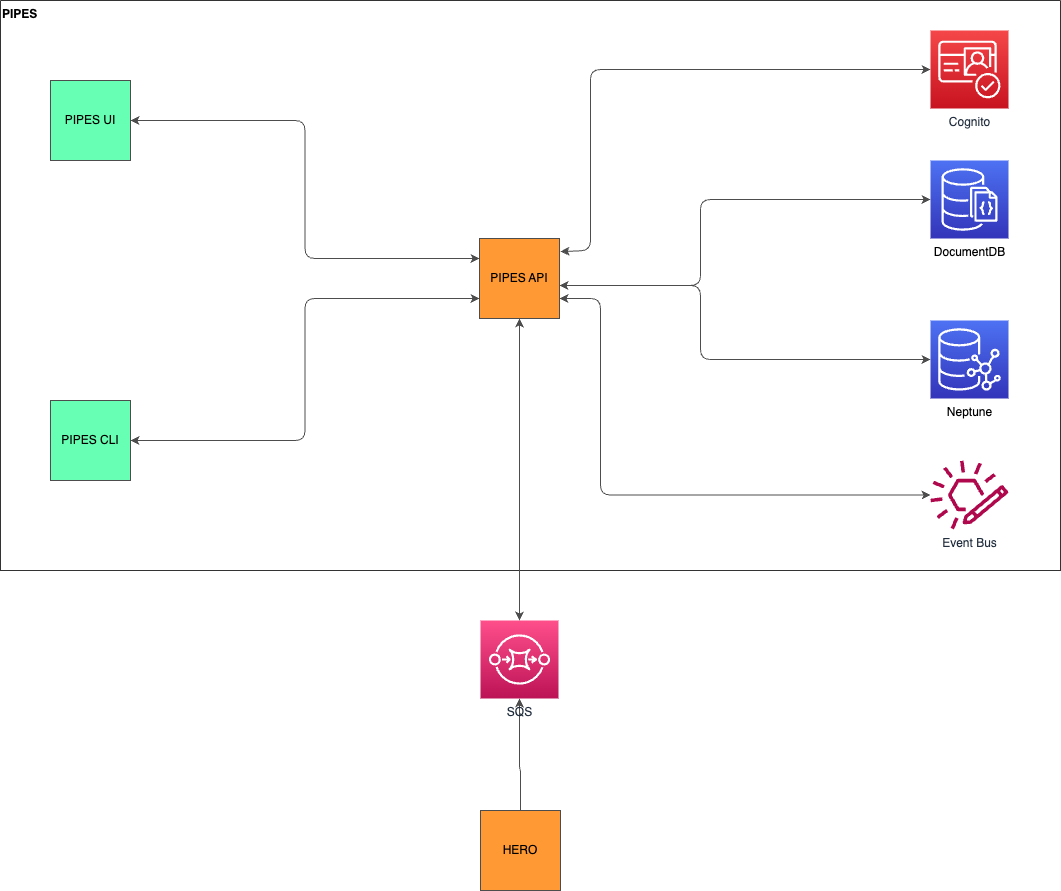
nrel-pipes/pipes-api keeps this draw.io diagram as docs/architecture.png. Above is the earlier version. Source tidied: cells renumbered, new cells last; positions are measured from the earlier drawing's top-left corner, leaving out a move shared by most shapes.
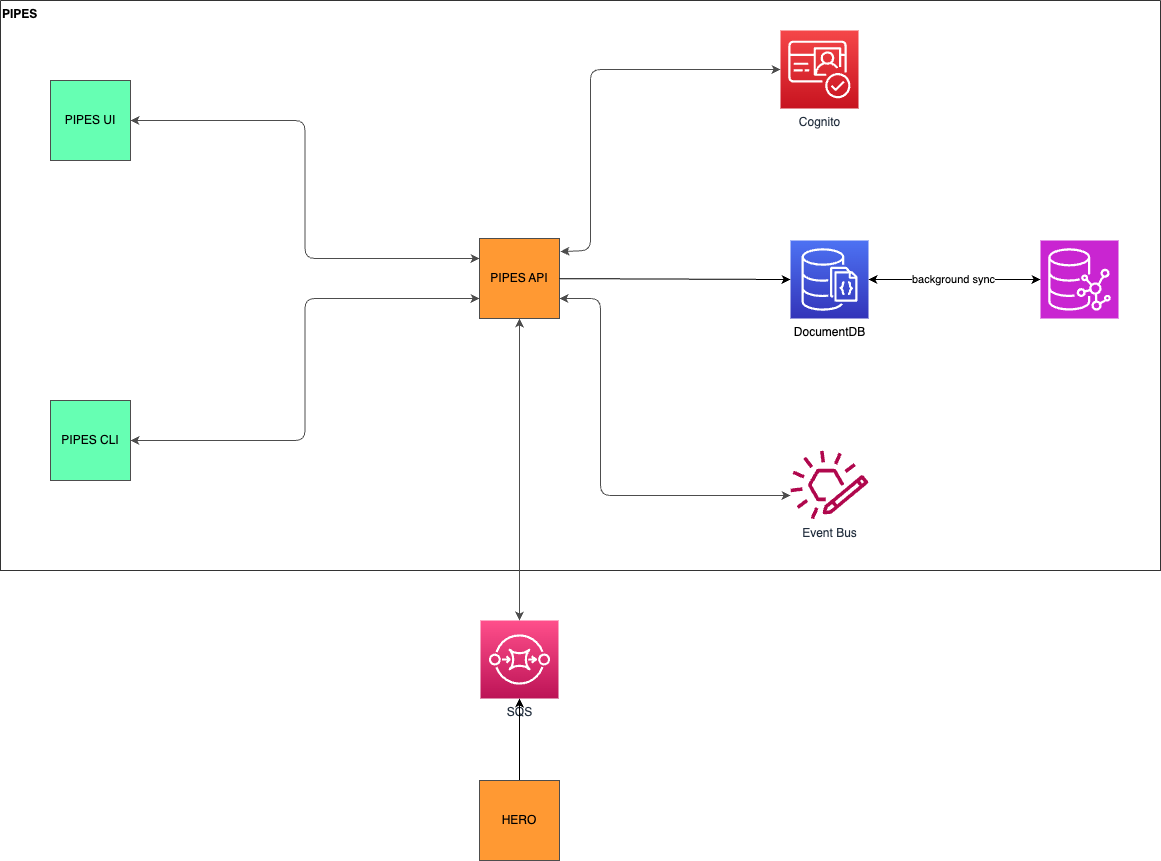
The same diagram one commit later.

What changed in the source:
```diff
@@ -2,14 +2,8 @@
   <root>
     <mxCell id="0" />
     <mxCell id="1" parent="0" />
-    <mxCell id="2" value="DocumentDB" style="sketch=0;points=[[0,0,0],[0.25,0,0],[0.5,0,0],[0.75,0,0],[1,0,0],[0,1,0],[0.25,1,0],[0.5,1,0],[0.75,1,0],[1,1,0],[0,0.25,0],[0,0.5,0],[0,0.75,0],[1,0.25,0],[1,0.5,0],[1,0.75,0]];outlineConnect=0;fontColor=#000000;gradientColor=#4D72F3;gradientDirection=north;fillColor=#3334B9;strokeColor=#ffffff;dashed=0;verticalLabelPosition=bottom;verticalAlign=top;align=center;html=1;fontSize=12;fontStyle=0;shape=mxgraph.aws4.resourceIcon;resIcon=mxgraph.aws4.documentdb_with_mongodb_compatibility;" parent="1" vertex="1">
-      <mxGeometry x="930" y="160" width="78" height="78" as="geometry" />
-    </mxCell>
-    <mxCell id="3" value="Neptune" style="sketch=0;points=[[0,0,0],[0.25,0,0],[0.5,0,0],[0.75,0,0],[1,0,0],[0,1,0],[0.25,1,0],[0.5,1,0],[0.75,1,0],[1,1,0],[0,0.25,0],[0,0.5,0],[0,0.75,0],[1,0.25,0],[1,0.5,0],[1,0.75,0]];outlineConnect=0;fontColor=#000000;gradientColor=#4D72F3;gradientDirection=north;fillColor=#3334B9;strokeColor=#ffffff;dashed=0;verticalLabelPosition=bottom;verticalAlign=top;align=center;html=1;fontSize=12;fontStyle=0;shape=mxgraph.aws4.resourceIcon;resIcon=mxgraph.aws4.neptune;" parent="1" vertex="1">
-      <mxGeometry x="930" y="320" width="78" height="78" as="geometry" />
-    </mxCell>
     <mxCell id="4" value="PIPES" style="swimlane;startSize=0;fontColor=#000000;align=left;labelPosition=center;verticalLabelPosition=middle;verticalAlign=top;strokeColor=#333333;" parent="1" vertex="1">
-      <mxGeometry width="1060" height="570" as="geometry" />
+      <mxGeometry width="1160" height="570" as="geometry" />
     </mxCell>
     <mxCell id="5" value="PIPES API" style="whiteSpace=wrap;html=1;strokeColor=#4D4D4D;fontColor=#000000;fillColor=#FF9933;" parent="4" vertex="1">
       <mxGeometry x="479" y="238" width="80" height="80" as="geometry" />
@@ -35,25 +29,18 @@
       </mxGeometry>
     </mxCell>
     <mxCell id="11" value="Event Bus" style="sketch=0;outlineConnect=0;fontColor=#232F3E;gradientColor=none;fillColor=#B0084D;strokeColor=none;dashed=0;verticalLabelPosition=bottom;verticalAlign=top;align=center;html=1;fontSize=12;fontStyle=0;shape=mxgraph.aws4.eventbridge_custom_event_bus_resource;" parent="4" vertex="1">
-      <mxGeometry x="930" y="460" width="78" height="69" as="geometry" />
+      <mxGeometry x="790" y="450" width="78" height="69" as="geometry" />
     </mxCell>
+    <mxCell id="2" value="DocumentDB" style="sketch=0;points=[[0,0,0],[0.25,0,0],[0.5,0,0],[0.75,0,0],[1,0,0],[0,1,0],[0.25,1,0],[0.5,1,0],[0.75,1,0],[1,1,0],[0,0.25,0],[0,0.5,0],[0,0.75,0],[1,0.25,0],[1,0.5,0],[1,0.75,0]];outlineConnect=0;fontColor=#000000;gradientColor=#4D72F3;gradientDirection=north;fillColor=#3334B9;strokeColor=#ffffff;dashed=0;verticalLabelPosition=bottom;verticalAlign=top;align=center;html=1;fontSize=12;fontStyle=0;shape=mxgraph.aws4.resourceIcon;resIcon=mxgraph.aws4.documentdb_with_mongodb_compatibility;" parent="4" vertex="1">
+      <mxGeometry x="790" y="240" width="78" height="78" as="geometry" />
+    </mxCell>
-    <mxCell id="12" style="edgeStyle=orthogonalEdgeStyle;html=1;entryX=0;entryY=0.5;entryDx=0;entryDy=0;entryPerimeter=0;fontColor=#000000;strokeColor=#4D4D4D;startArrow=classic;startFill=1;" parent="1" edge="1" source="5" target="2">
-      <mxGeometry relative="1" as="geometry">
-        <Array as="points">
-          <mxPoint x="700" y="285" />
-          <mxPoint x="700" y="199" />
-        </Array>
-      </mxGeometry>
+    <mxCell id="12" style="edgeStyle=none;html=1;entryX=0;entryY=0.5;entryDx=0;entryDy=0;entryPerimeter=0;" parent="4" edge="1" source="5" target="2">
+      <mxGeometry relative="1" as="geometry" />
     </mxCell>
-    <mxCell id="13" style="edgeStyle=orthogonalEdgeStyle;html=1;strokeColor=#4D4D4D;fontColor=#000000;startArrow=classic;startFill=1;" parent="1" edge="1" source="5" target="3">
-      <mxGeometry relative="1" as="geometry">
-        <Array as="points">
-          <mxPoint x="700" y="285" />
-          <mxPoint x="700" y="359" />
-        </Array>
-      </mxGeometry>
-    </mxCell>
+    <mxCell id="15" value="Cognito" style="sketch=0;points=[[0,0,0],[0.25,0,0],[0.5,0,0],[0.75,0,0],[1,0,0],[0,1,0],[0.25,1,0],[0.5,1,0],[0.75,1,0],[1,1,0],[0,0.25,0],[0,0.5,0],[0,0.75,0],[1,0.25,0],[1,0.5,0],[1,0.75,0]];outlineConnect=0;fontColor=#232F3E;gradientColor=#F54749;gradientDirection=north;fillColor=#C7131F;strokeColor=#ffffff;dashed=0;verticalLabelPosition=bottom;verticalAlign=top;align=center;html=1;fontSize=12;fontStyle=0;shape=mxgraph.aws4.resourceIcon;resIcon=mxgraph.aws4.cognito;" parent="4" vertex="1">
+      <mxGeometry x="780" y="30" width="78" height="78" as="geometry" />
+    </mxCell>
-    <mxCell id="14" style="edgeStyle=orthogonalEdgeStyle;html=1;entryX=1.013;entryY=0.163;entryDx=0;entryDy=0;entryPerimeter=0;strokeColor=#4D4D4D;fontColor=#000000;startArrow=classic;startFill=1;" parent="1" edge="1" source="15" target="5">
+    <mxCell id="14" style="edgeStyle=orthogonalEdgeStyle;html=1;entryX=1.013;entryY=0.163;entryDx=0;entryDy=0;entryPerimeter=0;strokeColor=#4D4D4D;fontColor=#000000;startArrow=classic;startFill=1;" parent="4" edge="1" source="15" target="5">
       <mxGeometry relative="1" as="geometry">
         <Array as="points">
           <mxPoint x="590" y="69" />
@@ -61,22 +48,26 @@
         </Array>
       </mxGeometry>
     </mxCell>
-    <mxCell id="15" value="Cognito" style="sketch=0;points=[[0,0,0],[0.25,0,0],[0.5,0,0],[0.75,0,0],[1,0,0],[0,1,0],[0.25,1,0],[0.5,1,0],[0.75,1,0],[1,1,0],[0,0.25,0],[0,0.5,0],[0,0.75,0],[1,0.25,0],[1,0.5,0],[1,0.75,0]];outlineConnect=0;fontColor=#232F3E;gradientColor=#F54749;gradientDirection=north;fillColor=#C7131F;strokeColor=#ffffff;dashed=0;verticalLabelPosition=bottom;verticalAlign=top;align=center;html=1;fontSize=12;fontStyle=0;shape=mxgraph.aws4.resourceIcon;resIcon=mxgraph.aws4.cognito;" parent="1" vertex="1">
-      <mxGeometry x="930" y="30" width="78" height="78" as="geometry" />
-    </mxCell>
-    <mxCell id="16" style="edgeStyle=orthogonalEdgeStyle;html=1;strokeColor=#4D4D4D;fontColor=#000000;startArrow=classic;startFill=1;" parent="1" edge="1" source="17">
-      <mxGeometry relative="1" as="geometry">
-        <mxPoint x="520" y="840" as="targetPoint" />
-      </mxGeometry>
-    </mxCell>
     <mxCell id="17" value="SQS" style="sketch=0;points=[[0,0,0],[0.25,0,0],[0.5,0,0],[0.75,0,0],[1,0,0],[0,1,0],[0.25,1,0],[0.5,1,0],[0.75,1,0],[1,1,0],[0,0.25,0],[0,0.5,0],[0,0.75,0],[1,0.25,0],[1,0.5,0],[1,0.75,0]];outlineConnect=0;fontColor=#232F3E;gradientColor=#FF4F8B;gradientDirection=north;fillColor=#BC1356;strokeColor=#ffffff;dashed=0;verticalLabelPosition=bottom;verticalAlign=top;align=center;html=1;fontSize=12;fontStyle=0;shape=mxgraph.aws4.resourceIcon;resIcon=mxgraph.aws4.sqs;" parent="1" vertex="1">
       <mxGeometry x="480" y="620" width="78" height="78" as="geometry" />
     </mxCell>
     <mxCell id="18" style="edgeStyle=orthogonalEdgeStyle;html=1;strokeColor=#4D4D4D;fontColor=#000000;startArrow=classic;startFill=1;" parent="1" edge="1" source="5" target="17">
       <mxGeometry relative="1" as="geometry" />
     </mxCell>
+    <mxCell id="20" style="edgeStyle=none;html=1;" parent="1" edge="1" source="19" target="17">
+      <mxGeometry relative="1" as="geometry" />
+    </mxCell>
     <mxCell id="19" value="HERO" style="whiteSpace=wrap;html=1;strokeColor=#4D4D4D;fontColor=#000000;fillColor=#FF9933;" parent="1" vertex="1">
-      <mxGeometry x="480" y="810" width="80" height="80" as="geometry" />
+      <mxGeometry x="479" y="780" width="80" height="80" as="geometry" />
     </mxCell>
+    <mxCell id="21" style="sketch=0;points=[[0,0,0],[0.25,0,0],[0.5,0,0],[0.75,0,0],[1,0,0],[0,1,0],[0.25,1,0],[0.5,1,0],[0.75,1,0],[1,1,0],[0,0.25,0],[0,0.5,0],[0,0.75,0],[1,0.25,0],[1,0.5,0],[1,0.75,0]];outlineConnect=0;fontColor=#232F3E;fillColor=#C925D1;strokeColor=#ffffff;dashed=0;verticalLabelPosition=bottom;verticalAlign=top;align=center;html=1;fontSize=12;fontStyle=0;shape=mxgraph.aws4.resourceIcon;resIcon=mxgraph.aws4.neptune;" parent="1" vertex="1">
+      <mxGeometry x="1040" y="240" width="78" height="78" as="geometry" />
+    </mxCell>
+    <mxCell id="22" style="edgeStyle=none;html=1;startArrow=classic;startFill=1;" parent="1" edge="1" source="2" target="21">
+      <mxGeometry relative="1" as="geometry" />
+    </mxCell>
+    <mxCell id="23" value="background sync" style="edgeLabel;html=1;align=center;verticalAlign=middle;" parent="22" vertex="1">
+      <mxGeometry x="-0.03" y="1" relative="1" as="geometry" />
+    </mxCell>
   </root>
 </mxGraphModel>
```
